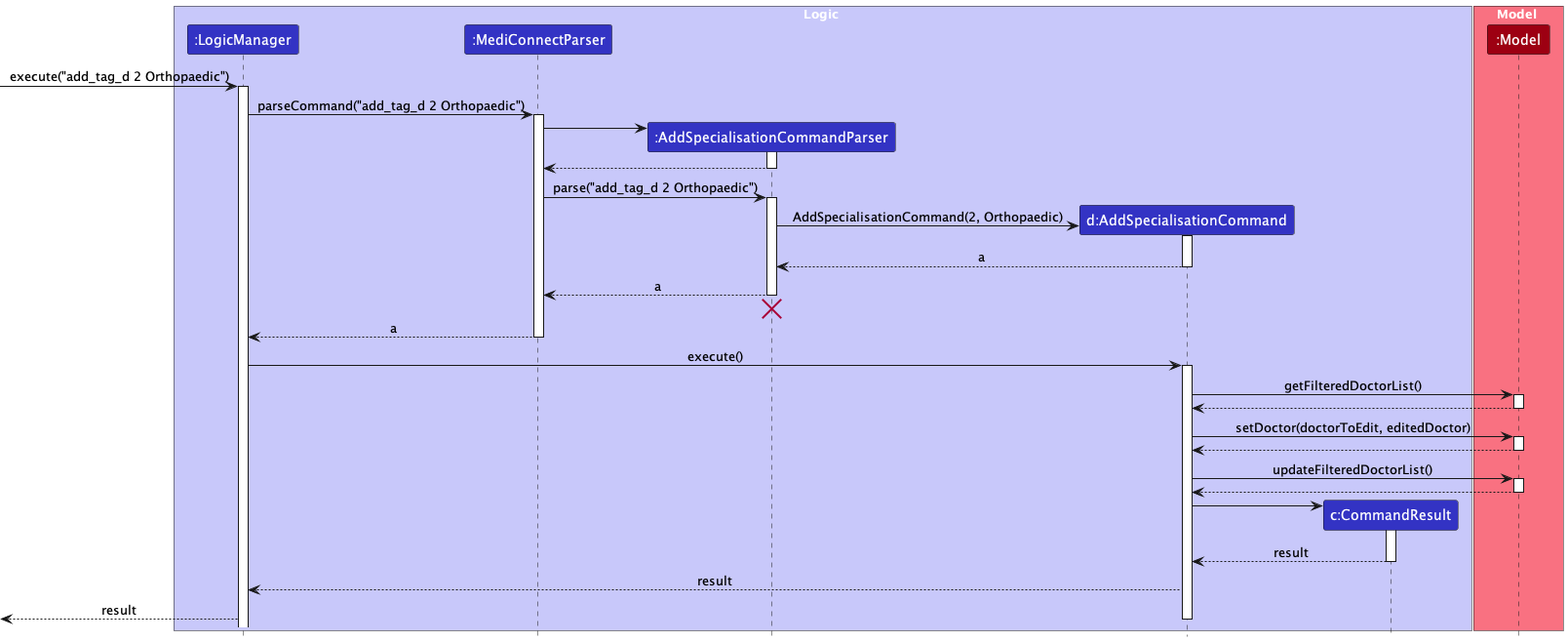
Earlier version of the PlantUML export docs/images/AddSpecialisationSequenceDiagram.png (yanghengtang/tp).
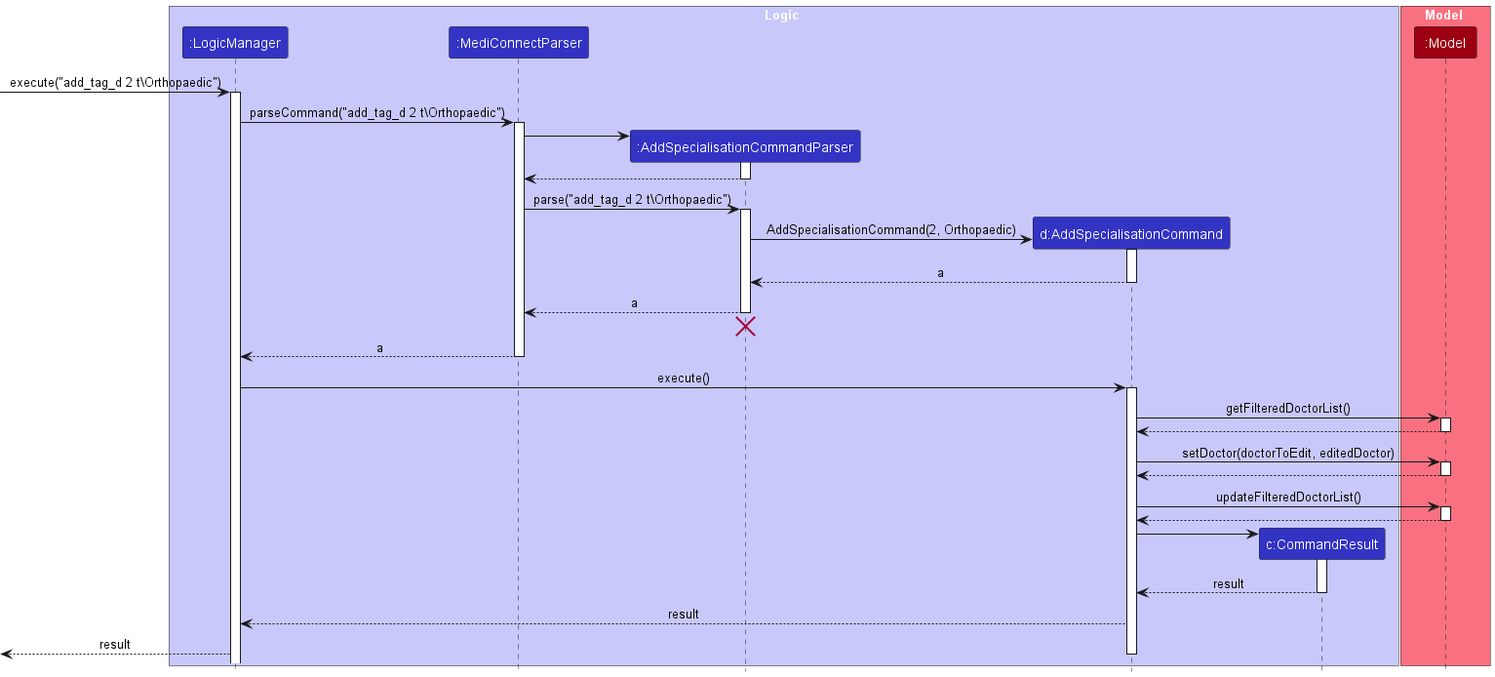
The same file after the commit.

What changed in the source:
```diff
@@ -14,10 +14,10 @@
 participant ":Model" as Model MODEL_COLOR
 end box
 
-[-> LogicManager : execute("add_tag_d 2 Orthopaedic")
+[-> LogicManager : execute("add_tag_d 2 t\Orthopaedic")
 activate LogicManager
 
-LogicManager -> MediConnectParser : parseCommand("add_tag_d 2 Orthopaedic")
+LogicManager -> MediConnectParser : parseCommand("add_tag_d 2 t\Orthopaedic")
 activate MediConnectParser
 
 create AddSpecialisationCommandParser
@@ -27,7 +27,7 @@
 AddSpecialisationCommandParser --> MediConnectParser
 deactivate AddSpecialisationCommandParser
 
-MediConnectParser -> AddSpecialisationCommandParser : parse("add_tag_d 2 Orthopaedic")
+MediConnectParser -> AddSpecialisationCommandParser : parse("add_tag_d 2 t\Orthopaedic")
 activate AddSpecialisationCommandParser
 
 
```
